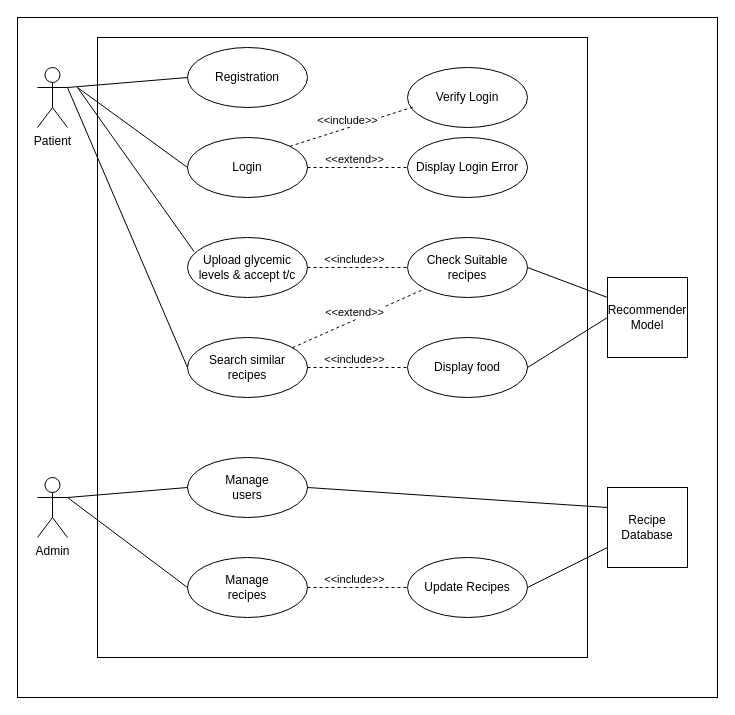
The draw.io diagram UseCase.drawio in MutonyiLewis/DiabetesRecipes, before the edit. Source tidied: cells renumbered, new cells numbered last; positions are measured from the earlier drawing's top-left corner, leaving out a move shared by most shapes. Both pictures are drawn from the tidied source at 100%, with x=0, y=0 at pixel (17, 17).
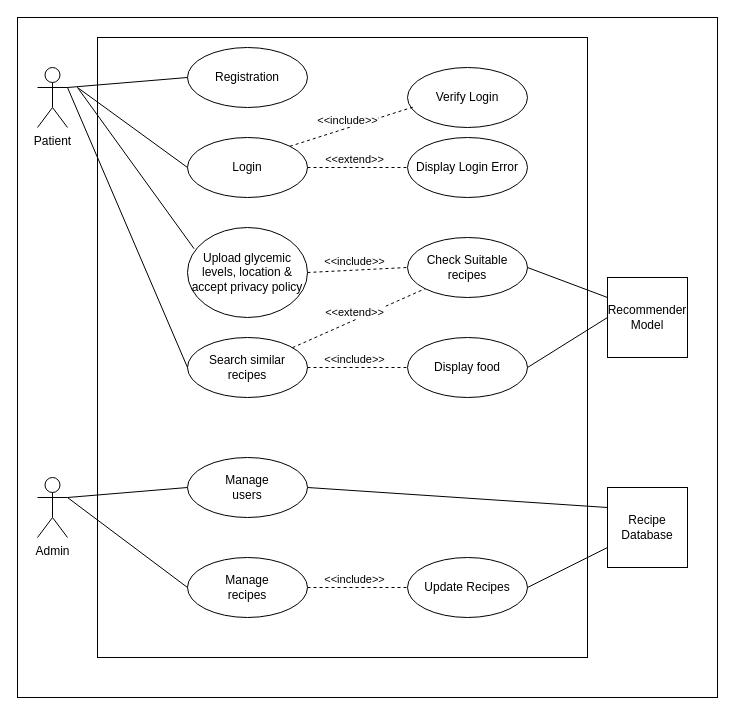
The same page after the edit.

The edit, as a diff of the source:
```diff
@@
-    <mxCell id="7" value="Upload glycemic levels &amp;amp; accept t/c" style="ellipse;whiteSpace=wrap;html=1;" parent="1" vertex="1">
-      <mxGeometry x="170" y="220" width="120" height="60" as="geometry" />
+    <mxCell id="7" value="Upload glycemic levels, location &amp;amp; accept privacy&amp;nbsp;policy" style="ellipse;whiteSpace=wrap;html=1;" parent="1" vertex="1">
+      <mxGeometry x="170" y="210" width="120" height="90" as="geometry" />
     </mxCell>
```
